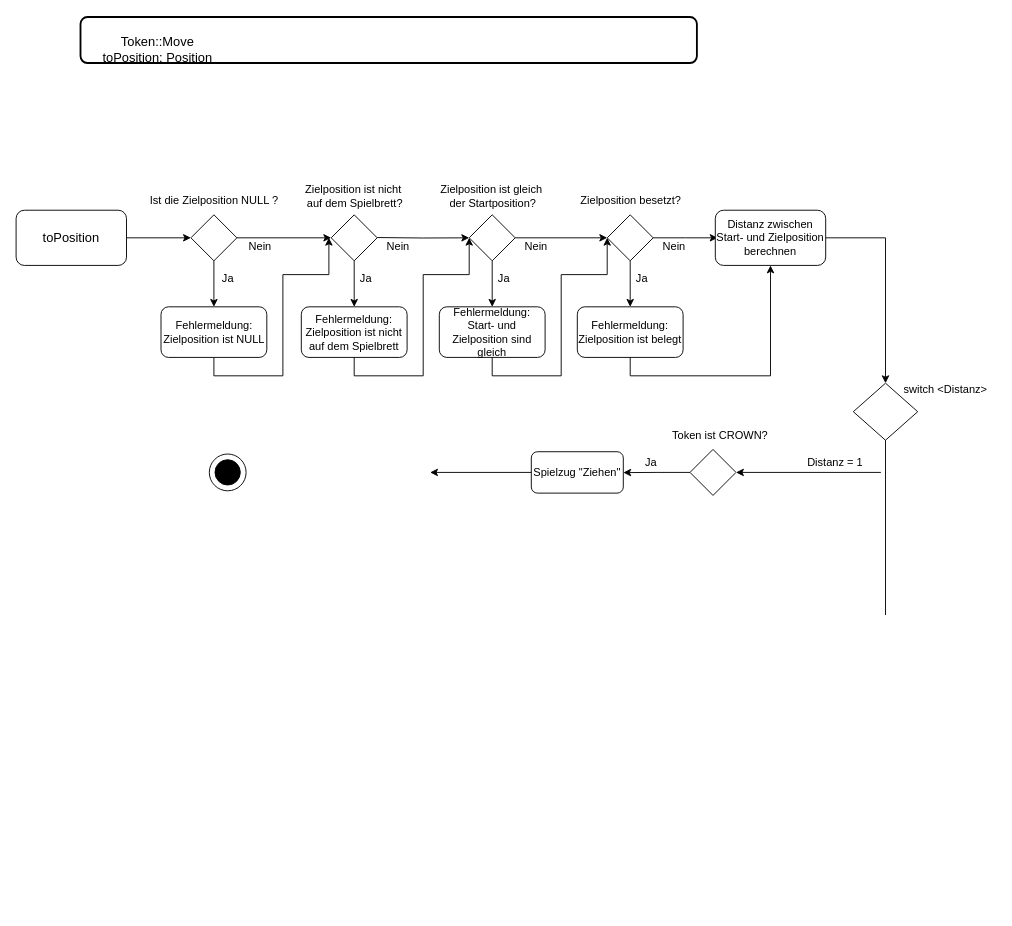
Before: token_move.drawio in schaefereric/uml-stash, a draw.io diagram. Source tidied: cells renumbered, new cells numbered last; positions are measured from the earlier drawing's top-left corner, leaving out a move shared by most shapes. Both pictures are drawn from the tidied source at 92%, with x=0, y=0 at pixel (16, 17).
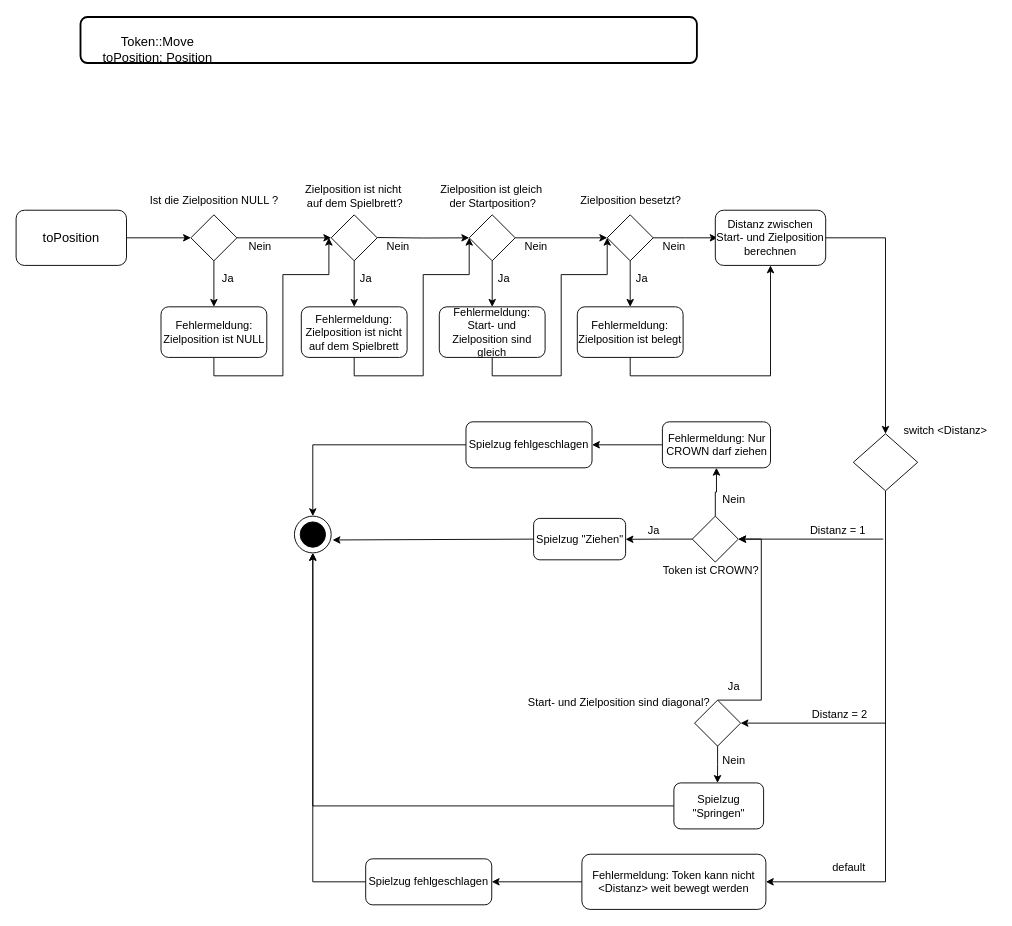
Above is the later version.

Commit message:
vorerst fertig

What changed in the source:
```diff
@@
     <mxCell id="2" style="ellipse;whiteSpace=wrap;html=1;" parent="1" vertex="1">
-      <mxGeometry x="210" y="475" width="40" height="40" as="geometry" />
+      <mxGeometry x="302.5" y="542.5" width="40" height="40" as="geometry" />
     </mxCell>
@@
+    <mxCell id="53" style="edgeStyle=orthogonalEdgeStyle;rounded=0;jettySize=auto;html=1;exitX=0.5;exitY=1;exitDx=0;exitDy=0;entryX=1;entryY=0.5;entryDx=0;entryDy=0;" parent="1" edge="1" source="41" target="72">
+      <mxGeometry relative="1" as="geometry" />
+    </mxCell>
     <mxCell id="41" style="rhombus;whiteSpace=wrap;html=1;" parent="1" vertex="1">
-      <mxGeometry x="910" y="398" width="70" height="62" as="geometry" />
+      <mxGeometry x="910" y="453" width="70" height="62" as="geometry" />
     </mxCell>
     <mxCell id="42" value="switch &amp;lt;Distanz&amp;gt;" style="text;html=1;align=center;verticalAlign=middle;strokeColor=none;fillColor=none;" parent="1" vertex="1">
-      <mxGeometry x="955" y="390" width="110" height="30" as="geometry" />
+      <mxGeometry x="955" y="435" width="110" height="30" as="geometry" />
     </mxCell>
-    <mxCell id="43" style="endArrow=none;html=1;rounded=0;entryX=0.5;entryY=1;entryDx=0;entryDy=0;" parent="1" edge="1" target="41">
-      <mxGeometry relative="1" as="geometry">
-        <mxPoint x="945" y="650" as="sourcePoint" />
-      </mxGeometry>
-    </mxCell>
     <mxCell id="44" style="endArrow=classic;html=1;rounded=0;entryX=1;entryY=0.5;entryDx=0;entryDy=0;" parent="1" edge="1" target="46">
       <mxGeometry relative="1" as="geometry">
-        <mxPoint x="940" y="495" as="sourcePoint" />
+        <mxPoint x="942.5" y="567.5" as="sourcePoint" />
       </mxGeometry>
     </mxCell>
     <mxCell id="45" style="edgeStyle=orthogonalEdgeStyle;rounded=0;jettySize=auto;html=1;exitX=0;exitY=0.5;exitDx=0;exitDy=0;" parent="1" edge="1" source="46">
       <mxGeometry relative="1" as="geometry">
-        <mxPoint x="660" y="495.2" as="targetPoint" />
+        <mxPoint x="662.5" y="567.7" as="targetPoint" />
       </mxGeometry>
     </mxCell>
+    <mxCell id="54" style="edgeStyle=orthogonalEdgeStyle;rounded=0;jettySize=auto;html=1;exitX=0.5;exitY=0;exitDx=0;exitDy=0;entryX=0.5;entryY=1;entryDx=0;entryDy=0;" parent="1" edge="1" source="46" target="56">
+      <mxGeometry relative="1" as="geometry" />
+    </mxCell>
     <mxCell id="46" style="rhombus;whiteSpace=wrap;html=1;" parent="1" vertex="1">
-      <mxGeometry x="732.5" y="470" width="50" height="50" as="geometry" />
+      <mxGeometry x="735" y="542.5" width="50" height="50" as="geometry" />
     </mxCell>
     <mxCell id="47" value="Distanz = 1" style="text;html=1;align=center;verticalAlign=middle;strokeColor=none;fillColor=none;" parent="1" vertex="1">
-      <mxGeometry x="850" y="470" width="80" height="30" as="geometry" />
+      <mxGeometry x="852.5" y="542.5" width="80" height="30" as="geometry" />
     </mxCell>
     <mxCell id="48" value="Token ist CROWN?" style="text;html=1;align=center;verticalAlign=middle;strokeColor=none;fillColor=none;" parent="1" vertex="1">
-      <mxGeometry x="700" y="440" width="130" height="30" as="geometry" />
+      <mxGeometry x="690" y="587" width="130" height="30" as="geometry" />
     </mxCell>
     <mxCell id="49" value="Ja" style="text;html=1;align=center;verticalAlign=middle;strokeColor=none;fillColor=none;" parent="1" vertex="1">
-      <mxGeometry x="670" y="470" width="40" height="30" as="geometry" />
+      <mxGeometry x="672.5" y="542.5" width="40" height="30" as="geometry" />
     </mxCell>
     <mxCell id="50" value="Spielzug &quot;Ziehen&quot;" style="rounded=1;whiteSpace=wrap;html=1;" parent="1" vertex="1">
-      <mxGeometry x="560" y="472.5" width="100" height="45" as="geometry" />
+      <mxGeometry x="562.5" y="545" width="100" height="45" as="geometry" />
     </mxCell>
-    <mxCell id="51" style="endArrow=classic;html=1;rounded=0;exitX=0;exitY=0.5;exitDx=0;exitDy=0;" parent="1" edge="1" source="50">
-      <mxGeometry relative="1" as="geometry">
-        <mxPoint x="450" y="495" as="targetPoint" />
-      </mxGeometry>
+    <mxCell id="51" style="endArrow=classic;html=1;rounded=0;exitX=0;exitY=0.5;exitDx=0;exitDy=0;entryX=1.038;entryY=0.648;entryDx=0;entryDy=0;entryPerimeter=0;" parent="1" edge="1" source="50" target="2">
+      <mxGeometry relative="1" as="geometry" />
     </mxCell>
     <mxCell id="52" style="ellipse;whiteSpace=wrap;html=1;fillStyle=auto;fillColor=#000000;" parent="1" vertex="1">
-      <mxGeometry x="216.2" y="481.2" width="27.5" height="27.5" as="geometry" />
+      <mxGeometry x="308.8" y="548.8" width="27.5" height="27.5" as="geometry" />
     </mxCell>
+    <mxCell id="55" style="edgeStyle=orthogonalEdgeStyle;rounded=0;jettySize=auto;html=1;exitX=0;exitY=0.5;exitDx=0;exitDy=0;entryX=1;entryY=0.5;entryDx=0;entryDy=0;" parent="1" edge="1" source="56" target="59">
+      <mxGeometry relative="1" as="geometry" />
+    </mxCell>
+    <mxCell id="56" value="Fehlermeldung: Nur CROWN darf ziehen" style="rounded=1;whiteSpace=wrap;html=1;" parent="1" vertex="1">
+      <mxGeometry x="702.5" y="440" width="117.5" height="50" as="geometry" />
+    </mxCell>
+    <mxCell id="57" value="Nein" style="text;html=1;align=center;verticalAlign=middle;strokeColor=none;fillColor=none;" parent="1" vertex="1">
+      <mxGeometry x="755" y="510" width="50" height="30" as="geometry" />
+    </mxCell>
+    <mxCell id="58" style="edgeStyle=orthogonalEdgeStyle;rounded=0;jettySize=auto;html=1;exitX=0;exitY=0.5;exitDx=0;exitDy=0;entryX=0.5;entryY=0;entryDx=0;entryDy=0;" parent="1" edge="1" source="59" target="2">
+      <mxGeometry relative="1" as="geometry" />
+    </mxCell>
+    <mxCell id="59" value="Spielzug fehlgeschlagen" style="rounded=1;whiteSpace=wrap;html=1;" parent="1" vertex="1">
+      <mxGeometry x="489" y="440" width="137" height="50" as="geometry" />
+    </mxCell>
+    <mxCell id="60" style="endArrow=classic;html=1;rounded=0;entryX=1;entryY=0.5;entryDx=0;entryDy=0;" parent="1" edge="1" target="63">
+      <mxGeometry relative="1" as="geometry">
+        <mxPoint x="945" y="767.5" as="sourcePoint" />
+      </mxGeometry>
+    </mxCell>
+    <mxCell id="61" style="edgeStyle=orthogonalEdgeStyle;rounded=0;jettySize=auto;html=1;exitX=0.5;exitY=1;exitDx=0;exitDy=0;" parent="1" edge="1" source="63">
+      <mxGeometry relative="1" as="geometry">
+        <mxPoint x="762.4" y="832.5" as="targetPoint" />
+      </mxGeometry>
+    </mxCell>
+    <mxCell id="62" style="edgeStyle=orthogonalEdgeStyle;rounded=0;jettySize=auto;html=1;exitX=0.5;exitY=0;exitDx=0;exitDy=0;entryX=1;entryY=0.5;entryDx=0;entryDy=0;" parent="1" edge="1" source="63" target="46">
+      <mxGeometry relative="1" as="geometry">
+        <Array as="points">
+          <mxPoint x="810" y="743" />
+          <mxPoint x="810" y="568" />
+          <mxPoint x="785" y="568" />
+        </Array>
+      </mxGeometry>
+    </mxCell>
+    <mxCell id="63" style="rhombus;whiteSpace=wrap;html=1;" parent="1" vertex="1">
+      <mxGeometry x="737.5" y="742.5" width="50" height="50" as="geometry" />
+    </mxCell>
+    <mxCell id="64" value="Distanz = 2" style="text;html=1;align=center;verticalAlign=middle;strokeColor=none;fillColor=none;" parent="1" vertex="1">
+      <mxGeometry x="855" y="742.5" width="80" height="30" as="geometry" />
+    </mxCell>
+    <mxCell id="65" value="Start- und Zielposition sind diagonal?" style="text;html=1;align=center;verticalAlign=middle;strokeColor=none;fillColor=none;" parent="1" vertex="1">
+      <mxGeometry x="550" y="730" width="210" height="30" as="geometry" />
+    </mxCell>
+    <mxCell id="66" value="Ja" style="text;html=1;align=center;verticalAlign=middle;strokeColor=none;fillColor=none;" parent="1" vertex="1">
+      <mxGeometry x="760" y="712.5" width="40" height="30" as="geometry" />
+    </mxCell>
+    <mxCell id="67" style="edgeStyle=orthogonalEdgeStyle;rounded=0;jettySize=auto;html=1;exitX=0;exitY=0.5;exitDx=0;exitDy=0;entryX=0.5;entryY=1;entryDx=0;entryDy=0;" parent="1" edge="1" source="68" target="2">
+      <mxGeometry relative="1" as="geometry" />
+    </mxCell>
+    <mxCell id="68" value="Spielzug &quot;Springen&quot;" style="rounded=1;whiteSpace=wrap;html=1;" parent="1" vertex="1">
+      <mxGeometry x="715" y="832.5" width="97.5" height="50" as="geometry" />
+    </mxCell>
+    <mxCell id="69" value="Nein" style="text;html=1;align=center;verticalAlign=middle;strokeColor=none;fillColor=none;" parent="1" vertex="1">
+      <mxGeometry x="755" y="792.5" width="50" height="30" as="geometry" />
+    </mxCell>
+    <mxCell id="70" value="default" style="text;html=1;align=center;verticalAlign=middle;strokeColor=none;fillColor=none;" parent="1" vertex="1">
+      <mxGeometry x="875" y="910" width="60" height="30" as="geometry" />
+    </mxCell>
+    <mxCell id="71" style="edgeStyle=orthogonalEdgeStyle;rounded=0;jettySize=auto;html=1;exitX=0;exitY=0.5;exitDx=0;exitDy=0;entryX=1;entryY=0.5;entryDx=0;entryDy=0;" parent="1" edge="1" source="72" target="74">
+      <mxGeometry relative="1" as="geometry" />
+    </mxCell>
+    <mxCell id="72" value="Fehlermeldung: Token kann nicht &amp;lt;Distanz&amp;gt; weit bewegt werden" style="rounded=1;whiteSpace=wrap;html=1;" parent="1" vertex="1">
+      <mxGeometry x="615" y="910" width="200" height="60" as="geometry" />
+    </mxCell>
+    <mxCell id="73" style="edgeStyle=orthogonalEdgeStyle;rounded=0;jettySize=auto;html=1;exitX=0;exitY=0.5;exitDx=0;exitDy=0;entryX=0.5;entryY=1;entryDx=0;entryDy=0;" parent="1" edge="1" source="74" target="2">
+      <mxGeometry relative="1" as="geometry" />
+    </mxCell>
+    <mxCell id="74" value="Spielzug fehlgeschlagen" style="rounded=1;whiteSpace=wrap;html=1;" parent="1" vertex="1">
+      <mxGeometry x="380" y="915" width="137" height="50" as="geometry" />
+    </mxCell>
```
